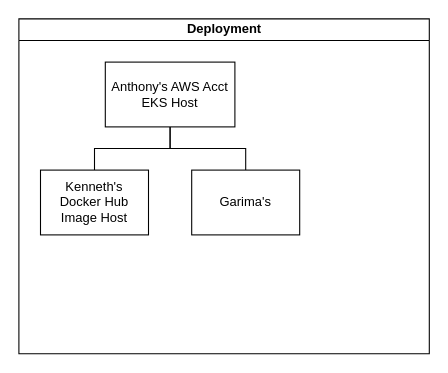
Above: Mini-Challenges/Untitled Diagram.drawio in biofool/devops-challenges (draw.io), before the change. Source tidied: cells renumbered, new cells numbered last; positions are measured from the earlier drawing's top-left corner, leaving out a move shared by most shapes. Both pictures are drawn from the tidied source at 108%, with x=0, y=0 at pixel (18, 18).
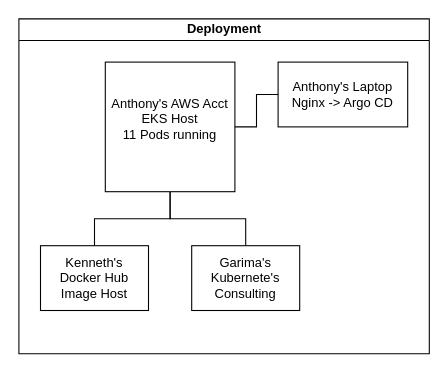
The same page after the edit.

What changed in the source:
```diff
@@
 <mxGraphModel>
   <root>
     <mxCell id="0" />
     <mxCell id="1" parent="0" />
     <mxCell id="2" value="Deployment" style="swimlane;html=1;startSize=20;horizontal=1;containerType=tree;newEdgeStyle={&quot;edgeStyle&quot;:&quot;elbowEdgeStyle&quot;,&quot;startArrow&quot;:&quot;none&quot;,&quot;endArrow&quot;:&quot;none&quot;};" parent="1" vertex="1">
       <mxGeometry width="380" height="310" as="geometry" />
     </mxCell>
     <mxCell id="3" style="edgeStyle=elbowEdgeStyle;elbow=vertical;startArrow=none;endArrow=none;rounded=0;" parent="2" edge="1" source="5" target="6">
       <mxGeometry relative="1" as="geometry" />
     </mxCell>
     <mxCell id="4" style="edgeStyle=elbowEdgeStyle;elbow=vertical;startArrow=none;endArrow=none;rounded=0;" parent="2" edge="1" source="5" target="7">
       <mxGeometry relative="1" as="geometry" />
     </mxCell>
-    <mxCell id="5" value="&lt;div&gt;Anthony's AWS Acct&lt;/div&gt;&lt;div&gt;EKS Host&lt;br&gt;&lt;/div&gt;" style="whiteSpace=wrap;html=1;align=center;newEdgeStyle={&quot;edgeStyle&quot;:&quot;elbowEdgeStyle&quot;,&quot;startArrow&quot;:&quot;none&quot;,&quot;endArrow&quot;:&quot;none&quot;};" parent="2" vertex="1">
-      <mxGeometry x="80" y="40" width="120" height="60" as="geometry" />
+    <mxCell id="5" value="&lt;div&gt;Anthony's AWS Acct&lt;/div&gt;&lt;div&gt;EKS Host&lt;/div&gt;&lt;div&gt;11 Pods running&lt;/div&gt;&lt;div&gt;&lt;br&gt;&lt;/div&gt;" style="whiteSpace=wrap;html=1;align=center;newEdgeStyle={&quot;edgeStyle&quot;:&quot;elbowEdgeStyle&quot;,&quot;startArrow&quot;:&quot;none&quot;,&quot;endArrow&quot;:&quot;none&quot;};" parent="2" vertex="1">
+      <mxGeometry x="80" y="40" width="120" height="120" as="geometry" />
     </mxCell>
     <mxCell id="6" value="&lt;div&gt;Kenneth's&lt;/div&gt;&lt;div&gt;Docker Hub Image Host&lt;br&gt;&lt;/div&gt;" style="whiteSpace=wrap;html=1;align=center;verticalAlign=middle;newEdgeStyle={&quot;edgeStyle&quot;:&quot;elbowEdgeStyle&quot;,&quot;startArrow&quot;:&quot;none&quot;,&quot;endArrow&quot;:&quot;none&quot;};" parent="2" vertex="1">
-      <mxGeometry x="20" y="140" width="100" height="60" as="geometry" />
+      <mxGeometry x="20" y="210" width="100" height="60" as="geometry" />
     </mxCell>
-    <mxCell id="7" value="&lt;div&gt;Garima's&lt;/div&gt;" style="whiteSpace=wrap;html=1;align=center;verticalAlign=middle;newEdgeStyle={&quot;edgeStyle&quot;:&quot;elbowEdgeStyle&quot;,&quot;startArrow&quot;:&quot;none&quot;,&quot;endArrow&quot;:&quot;none&quot;};" parent="2" vertex="1">
-      <mxGeometry x="160" y="140" width="100" height="60" as="geometry" />
+    <mxCell id="7" value="&lt;div&gt;Garima's&lt;/div&gt;&lt;div&gt;Kubernete's Consulting&lt;br&gt;&lt;/div&gt;" style="whiteSpace=wrap;html=1;align=center;verticalAlign=middle;newEdgeStyle={&quot;edgeStyle&quot;:&quot;elbowEdgeStyle&quot;,&quot;startArrow&quot;:&quot;none&quot;,&quot;endArrow&quot;:&quot;none&quot;};" parent="2" vertex="1">
+      <mxGeometry x="160" y="210" width="100" height="60" as="geometry" />
     </mxCell>
+    <mxCell id="8" style="edgeStyle=elbowEdgeStyle;rounded=0;jettySize=auto;html=1;elbow=horizontal;startArrow=none;endArrow=none;" parent="2" edge="1" source="5" target="9">
+      <mxGeometry relative="1" as="geometry" />
+    </mxCell>
+    <mxCell id="9" value="&lt;div&gt;Anthony's Laptop&lt;/div&gt;&lt;div&gt;Nginx -&amp;gt; Argo CD&lt;br&gt;&lt;/div&gt;" style="whiteSpace=wrap;html=1;align=center;newEdgeStyle={&quot;edgeStyle&quot;:&quot;elbowEdgeStyle&quot;,&quot;startArrow&quot;:&quot;none&quot;,&quot;endArrow&quot;:&quot;none&quot;};" parent="2" vertex="1">
+      <mxGeometry x="240" y="40" width="120" height="60" as="geometry" />
+    </mxCell>
   </root>
 </mxGraphModel>
```
